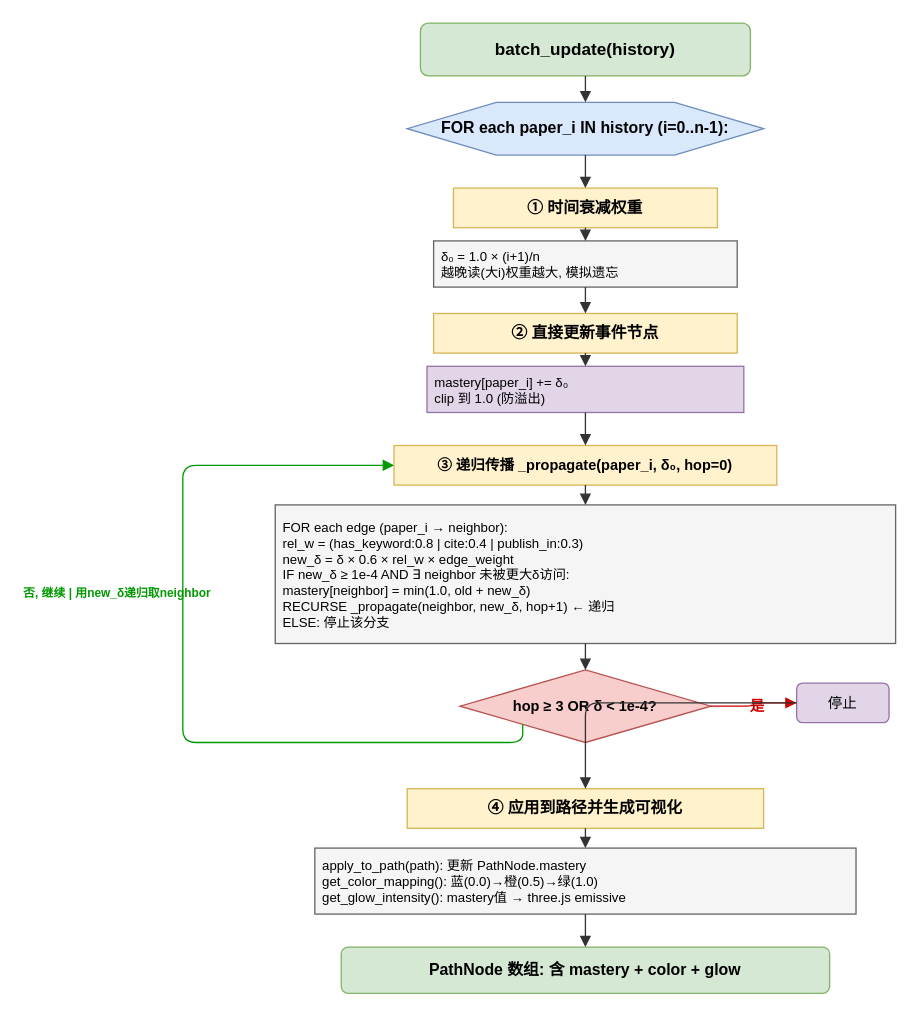
this1is1i/ACSR keeps this draw.io diagram as docs/draw/20-mastery-propagation-flow.drawio. Above is the earlier version. Source tidied: cells renumbered, new cells numbered last; positions are measured from the earlier drawing's top-left corner, leaving out a move shared by most shapes. Both pictures are drawn from the tidied source at 132%, with x=0, y=0 at pixel (57, 22).
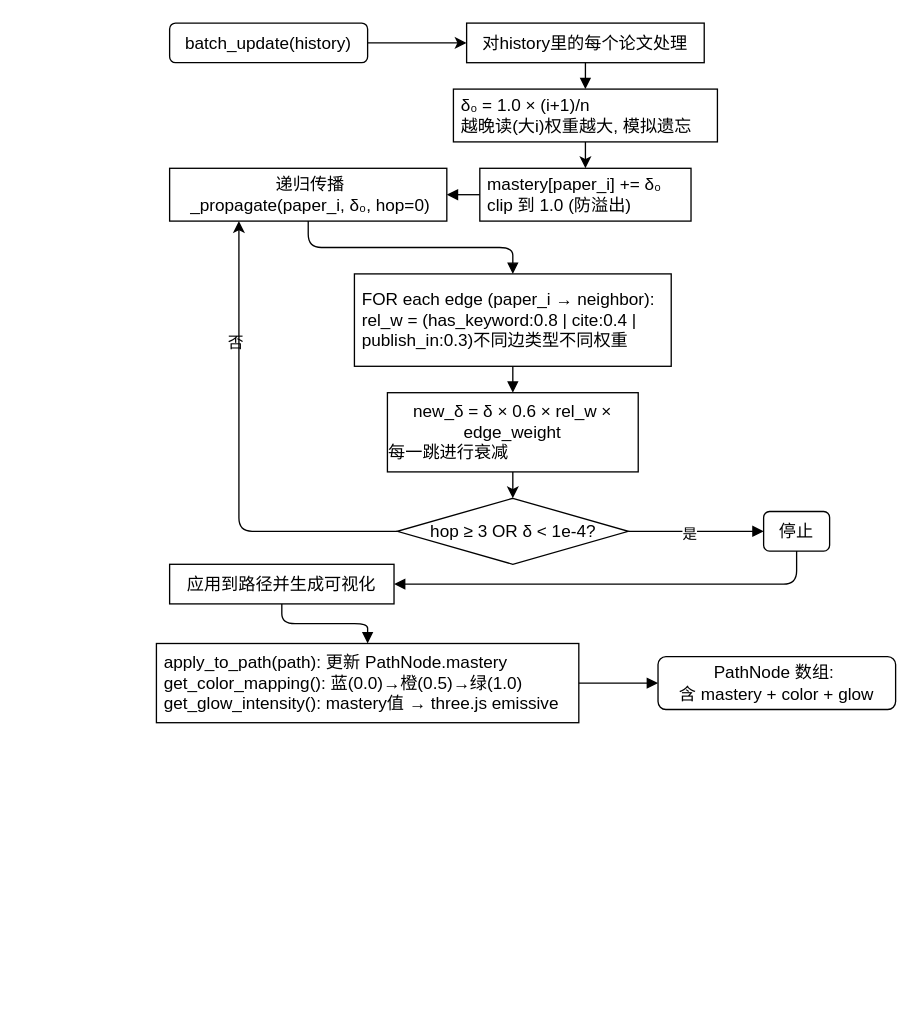
After the change.

Change to the diagram source:
```diff
@@
+    <mxCell id="30" style="edgeStyle=orthogonalEdgeStyle;rounded=0;jettySize=auto;html=1;exitX=1;exitY=0.5;exitDx=0;exitDy=0;" parent="1" edge="1" source="2" target="5">
+      <mxGeometry relative="1" as="geometry" />
+    </mxCell>
-    <mxCell id="2" value="batch_update(history)" style="rounded=1;whiteSpace=wrap;html=1;fillColor=#d5e8d4;strokeColor=#82b366;fontStyle=1;fontSize=13;" parent="1" vertex="1">
-      <mxGeometry x="275" width="250" height="40" as="geometry" />
+    <mxCell id="2" value="batch_update(history)" style="rounded=1;whiteSpace=wrap;html=1;fontStyle=0;fontSize=13;" parent="1" vertex="1">
+      <mxGeometry x="85" width="150" height="30" as="geometry" />
     </mxCell>
-    <mxCell id="3" value="FOR each paper_i IN history (i=0..n-1):" style="shape=hexagon;perimeter=hexagonPerimeter2;whiteSpace=wrap;html=1;fillColor=#dae8fc;strokeColor=#6c8ebf;fontStyle=1;fontSize=12;" parent="1" vertex="1">
-      <mxGeometry x="265" y="60" width="270" height="40" as="geometry" />
-    </mxCell>
-    <mxCell id="4" style="edgeStyle=orthogonalEdgeStyle;rounded=1;html=1;strokeColor=#333;endArrow=block;" parent="1" edge="1" source="2" target="3">
-      <mxGeometry relative="1" as="geometry" />
-    </mxCell>
-    <mxCell id="5" value="① 时间衰减权重" style="rounded=0;whiteSpace=wrap;html=1;fillColor=#fff2cc;strokeColor=#d6b656;fontStyle=1;fontSize=12;" parent="1" vertex="1">
-      <mxGeometry x="300" y="125" width="200" height="30" as="geometry" />
+    <mxCell id="5" value="对history里的每个论文处理" style="rounded=0;whiteSpace=wrap;html=1;fontStyle=0;fontSize=13;" parent="1" vertex="1">
+      <mxGeometry x="310" width="180" height="30" as="geometry" />
     </mxCell>
-    <mxCell id="6" style="edgeStyle=orthogonalEdgeStyle;rounded=1;html=1;strokeColor=#333;endArrow=block;" parent="1" edge="1" source="3" target="5">
-      <mxGeometry relative="1" as="geometry" />
-    </mxCell>
+    <mxCell id="31" style="edgeStyle=orthogonalEdgeStyle;rounded=0;jettySize=auto;html=1;exitX=0.5;exitY=1;exitDx=0;exitDy=0;entryX=0.5;entryY=0;entryDx=0;entryDy=0;fontSize=13;" parent="1" edge="1" source="7" target="11">
+      <mxGeometry relative="1" as="geometry" />
+    </mxCell>
-    <mxCell id="7" value="δ₀ = 1.0 × (i+1)/n&#10;越晚读(大i)权重越大, 模拟遗忘" style="rounded=0;whiteSpace=wrap;html=1;fillColor=#f5f5f5;strokeColor=#666;fontSize=10;align=left;spacingLeft=4;" parent="1" vertex="1">
-      <mxGeometry x="285" y="165" width="230" height="35" as="geometry" />
+    <mxCell id="7" value="δ₀ = 1.0 × (i+1)/n&#10;越晚读(大i)权重越大, 模拟遗忘" style="rounded=0;whiteSpace=wrap;html=1;fontSize=13;align=left;spacingLeft=4;fontStyle=0;" parent="1" vertex="1">
+      <mxGeometry x="300" y="50" width="200" height="40" as="geometry" />
     </mxCell>
-    <mxCell id="8" style="edgeStyle=orthogonalEdgeStyle;rounded=1;html=1;strokeColor=#333;endArrow=block;" parent="1" edge="1" source="5" target="7">
+    <mxCell id="8" style="edgeStyle=orthogonalEdgeStyle;rounded=1;html=1;endArrow=block;fontStyle=0;fontSize=13;" parent="1" edge="1" source="5" target="7">
       <mxGeometry relative="1" as="geometry" />
     </mxCell>
-    <mxCell id="9" value="② 直接更新事件节点" style="rounded=0;whiteSpace=wrap;html=1;fillColor=#fff2cc;strokeColor=#d6b656;fontStyle=1;fontSize=12;" parent="1" vertex="1">
-      <mxGeometry x="285" y="220" width="230" height="30" as="geometry" />
-    </mxCell>
-    <mxCell id="10" style="edgeStyle=orthogonalEdgeStyle;rounded=1;html=1;strokeColor=#333;endArrow=block;" parent="1" edge="1" source="7" target="9">
-      <mxGeometry relative="1" as="geometry" />
-    </mxCell>
-    <mxCell id="11" value="mastery[paper_i] += δ₀&#10;clip 到 1.0 (防溢出)" style="rounded=0;whiteSpace=wrap;html=1;fillColor=#e1d5e7;strokeColor=#9673a6;fontSize=10;align=left;spacingLeft=4;" parent="1" vertex="1">
-      <mxGeometry x="280" y="260" width="240" height="35" as="geometry" />
+    <mxCell id="11" value="mastery[paper_i] += δ₀&#10;clip 到 1.0 (防溢出)" style="rounded=0;whiteSpace=wrap;html=1;fontSize=13;align=left;spacingLeft=4;fontStyle=0;" parent="1" vertex="1">
+      <mxGeometry x="320" y="110" width="160" height="40" as="geometry" />
     </mxCell>
-    <mxCell id="12" style="edgeStyle=orthogonalEdgeStyle;rounded=1;html=1;strokeColor=#333;endArrow=block;" parent="1" edge="1" source="9" target="11">
-      <mxGeometry relative="1" as="geometry" />
-    </mxCell>
-    <mxCell id="13" value="③ 递归传播 _propagate(paper_i, δ₀, hop=0)" style="rounded=0;whiteSpace=wrap;html=1;fillColor=#fff2cc;strokeColor=#d6b656;fontStyle=1;fontSize=11;" parent="1" vertex="1">
-      <mxGeometry x="255" y="320" width="290" height="30" as="geometry" />
+    <mxCell id="13" value="&amp;nbsp;递归传播&lt;div&gt;&amp;nbsp;_propagate(paper_i, δ₀, hop=0)&lt;/div&gt;" style="rounded=0;whiteSpace=wrap;html=1;fontStyle=0;fontSize=13;" parent="1" vertex="1">
+      <mxGeometry x="85" y="110" width="210" height="40" as="geometry" />
     </mxCell>
-    <mxCell id="14" style="edgeStyle=orthogonalEdgeStyle;rounded=1;html=1;strokeColor=#333;endArrow=block;" parent="1" edge="1" source="11" target="13">
+    <mxCell id="14" style="edgeStyle=orthogonalEdgeStyle;rounded=1;html=1;endArrow=block;fontStyle=0;fontSize=13;" parent="1" edge="1" source="11" target="13">
       <mxGeometry relative="1" as="geometry" />
     </mxCell>
-    <mxCell id="15" value="FOR each edge (paper_i → neighbor):&#10;  rel_w = (has_keyword:0.8 | cite:0.4 | publish_in:0.3)&#10;  new_δ = δ × 0.6 × rel_w × edge_weight&#10;  IF new_δ ≥ 1e-4 AND ∃ neighbor 未被更大δ访问:&#10;    mastery[neighbor] = min(1.0, old + new_δ)&#10;    RECURSE _propagate(neighbor, new_δ, hop+1)  ← 递归&#10;  ELSE: 停止该分支" style="rounded=0;whiteSpace=wrap;html=1;fillColor=#f5f5f5;strokeColor=#666;fontSize=10;align=left;spacingLeft=4;" parent="1" vertex="1">
-      <mxGeometry x="165" y="365" width="470" height="105" as="geometry" />
+    <mxCell id="15" value="FOR each edge (paper_i → neighbor):&lt;br&gt;  rel_w = (has_keyword:0.8 | cite:0.4 | publish_in:0.3)不同边类型不同权重" style="rounded=0;whiteSpace=wrap;html=1;fontSize=13;align=left;spacingLeft=4;fontStyle=0;" parent="1" vertex="1">
+      <mxGeometry x="225" y="190" width="240" height="70" as="geometry" />
     </mxCell>
-    <mxCell id="16" style="edgeStyle=orthogonalEdgeStyle;rounded=1;html=1;strokeColor=#333;endArrow=block;" parent="1" edge="1" source="13" target="15">
+    <mxCell id="16" style="edgeStyle=orthogonalEdgeStyle;rounded=1;html=1;endArrow=block;fontStyle=0;fontSize=13;" parent="1" edge="1" source="13" target="15">
       <mxGeometry relative="1" as="geometry" />
     </mxCell>
+    <mxCell id="22" style="edgeStyle=orthogonalEdgeStyle;rounded=1;jettySize=auto;html=1;exitX=0;exitY=0.5;exitDx=0;exitDy=0;entryX=0.25;entryY=1;entryDx=0;entryDy=0;curved=0;" parent="1" edge="1" source="17" target="13">
+      <mxGeometry relative="1" as="geometry" />
+    </mxCell>
-    <mxCell id="17" value="hop ≥ 3 OR δ &lt; 1e-4?" style="rhombus;whiteSpace=wrap;html=1;fillColor=#f8cecc;strokeColor=#b85450;fontStyle=1;fontSize=11;" parent="1" vertex="1">
-      <mxGeometry x="305" y="490" width="190" height="55" as="geometry" />
+    <mxCell id="17" value="hop ≥ 3 OR δ &amp;lt; 1e-4?" style="rhombus;whiteSpace=wrap;html=1;fontStyle=0;fontSize=13;" parent="1" vertex="1">
+      <mxGeometry x="257.5" y="360" width="175" height="50" as="geometry" />
     </mxCell>
-    <mxCell id="18" style="edgeStyle=orthogonalEdgeStyle;rounded=1;html=1;strokeColor=#333;endArrow=block;" parent="1" edge="1" source="15" target="17">
+    <mxCell id="18" style="edgeStyle=orthogonalEdgeStyle;rounded=1;html=1;endArrow=block;fontStyle=0;fontSize=13;" parent="1" edge="1" source="15" target="34">
       <mxGeometry relative="1" as="geometry" />
     </mxCell>
-    <mxCell id="19" value="停止" style="rounded=1;whiteSpace=wrap;html=1;fillColor=#e1d5e7;strokeColor=#9673a6;fontSize=11;" parent="1" vertex="1">
-      <mxGeometry x="560" y="500" width="70" height="30" as="geometry" />
+    <mxCell id="19" value="停止" style="rounded=1;whiteSpace=wrap;html=1;fontSize=13;fontStyle=0;" parent="1" vertex="1">
+      <mxGeometry x="535" y="370" width="50" height="30" as="geometry" />
     </mxCell>
-    <mxCell id="20" style="edgeStyle=orthogonalEdgeStyle;rounded=1;html=1;strokeColor=#c00;endArrow=block;exitX=1;exitY=0.5;exitDx=0;exitDy=0;" parent="1" edge="1" source="17" target="19">
-      <mxGeometry relative="1" as="geometry" />
-    </mxCell>
-    <mxCell id="21" value="是" style="text;html=1;strokeColor=none;fillColor=none;align=center;fontSize=11;fontColor=#c00;fontStyle=1;" parent="1" vertex="1">
-      <mxGeometry x="515" y="505" width="30" height="20" as="geometry" />
-    </mxCell>
-    <mxCell id="22" style="edgeStyle=orthogonalEdgeStyle;rounded=1;html=1;strokeColor=#090;endArrow=block;exitX=0;exitY=1;exitDx=0;exitDy=0;entryX=0;entryY=0.5;entryDx=0;entryDy=0;" parent="1" edge="1" source="17" target="13">
-      <mxGeometry relative="1" as="geometry">
-        <Array as="points">
-          <mxPoint x="95" y="545" />
-          <mxPoint x="95" y="335" />
-        </Array>
-      </mxGeometry>
-    </mxCell>
-    <mxCell id="23" value="否, 继续 | 用new_δ递归取neighbor" style="text;html=1;strokeColor=none;fillColor=none;align=center;fontSize=9;fontColor=#090;fontStyle=1;" parent="1" vertex="1">
-      <mxGeometry y="420" width="90" height="30" as="geometry" />
-    </mxCell>
-    <mxCell id="24" value="④ 应用到路径并生成可视化" style="rounded=0;whiteSpace=wrap;html=1;fillColor=#fff2cc;strokeColor=#d6b656;fontStyle=1;fontSize=12;" parent="1" vertex="1">
-      <mxGeometry x="265" y="580" width="270" height="30" as="geometry" />
+    <mxCell id="24" value="应用到路径并生成可视化" style="rounded=0;whiteSpace=wrap;html=1;fontStyle=0;fontSize=13;" parent="1" vertex="1">
+      <mxGeometry x="85" y="410" width="170" height="30" as="geometry" />
     </mxCell>
-    <mxCell id="25" style="edgeStyle=orthogonalEdgeStyle;rounded=1;html=1;strokeColor=#333;endArrow=block;" parent="1" edge="1" source="19" target="24">
-      <mxGeometry relative="1" as="geometry" />
+    <mxCell id="25" style="edgeStyle=orthogonalEdgeStyle;rounded=1;html=1;endArrow=block;fontStyle=0;fontSize=13;entryX=1;entryY=0.5;entryDx=0;entryDy=0;" parent="1" edge="1" source="19" target="24">
+      <mxGeometry relative="1" as="geometry">
+        <Array as="points">
+          <mxPoint x="560" y="425" />
+        </Array>
+      </mxGeometry>
     </mxCell>
-    <mxCell id="26" value="apply_to_path(path): 更新 PathNode.mastery&#10;get_color_mapping(): 蓝(0.0)→橙(0.5)→绿(1.0)&#10;get_glow_intensity(): mastery值 → three.js emissive" style="rounded=0;whiteSpace=wrap;html=1;fillColor=#f5f5f5;strokeColor=#666;fontSize=10;align=left;spacingLeft=4;" parent="1" vertex="1">
-      <mxGeometry x="195" y="625" width="410" height="50" as="geometry" />
+    <mxCell id="26" value="apply_to_path(path): 更新 PathNode.mastery&#10;get_color_mapping(): 蓝(0.0)→橙(0.5)→绿(1.0)&#10;get_glow_intensity(): mastery值 → three.js emissive" style="rounded=0;whiteSpace=wrap;html=1;fontSize=13;align=left;spacingLeft=4;fontStyle=0;" parent="1" vertex="1">
+      <mxGeometry x="75" y="470" width="320" height="60" as="geometry" />
     </mxCell>
-    <mxCell id="27" style="edgeStyle=orthogonalEdgeStyle;rounded=1;html=1;strokeColor=#333;endArrow=block;" parent="1" edge="1" source="24" target="26">
+    <mxCell id="27" style="edgeStyle=orthogonalEdgeStyle;rounded=1;html=1;endArrow=block;fontStyle=0;fontSize=13;" parent="1" edge="1" source="24" target="26">
       <mxGeometry relative="1" as="geometry" />
     </mxCell>
-    <mxCell id="28" value="PathNode 数组: 含 mastery + color + glow" style="rounded=1;whiteSpace=wrap;html=1;fillColor=#d5e8d4;strokeColor=#82b366;fontStyle=1;fontSize=12;" parent="1" vertex="1">
-      <mxGeometry x="215" y="700" width="370" height="35" as="geometry" />
+    <mxCell id="28" value="PathNode 数组:&amp;nbsp;&lt;div&gt;含 mastery + color + glow&lt;/div&gt;" style="rounded=1;whiteSpace=wrap;html=1;fontStyle=0;fontSize=13;" parent="1" vertex="1">
+      <mxGeometry x="455" y="480" width="180" height="40" as="geometry" />
     </mxCell>
-    <mxCell id="29" style="edgeStyle=orthogonalEdgeStyle;rounded=1;html=1;strokeColor=#333;endArrow=block;" parent="1" edge="1" source="26" target="28">
+    <mxCell id="29" style="edgeStyle=orthogonalEdgeStyle;rounded=1;html=1;endArrow=block;fontStyle=0;fontSize=13;" parent="1" edge="1" source="26" target="28">
       <mxGeometry relative="1" as="geometry" />
     </mxCell>
+    <mxCell id="20" style="edgeStyle=orthogonalEdgeStyle;rounded=1;html=1;endArrow=block;exitX=1;exitY=0.5;exitDx=0;exitDy=0;fontStyle=0;fontSize=13;" parent="1" edge="1" source="17" target="19">
+      <mxGeometry relative="1" as="geometry" />
+    </mxCell>
+    <mxCell id="21" value="是" style="edgeLabel;html=1;align=center;verticalAlign=middle;" parent="20" vertex="1">
+      <mxGeometry x="-0.11" y="-1" relative="1" as="geometry" />
+    </mxCell>
+    <mxCell id="32" value="否" style="text;html=1;align=center;verticalAlign=middle;strokeColor=none;fillColor=none;" parent="1" vertex="1">
+      <mxGeometry x="115" y="228" width="40" height="30" as="geometry" />
+    </mxCell>
+    <mxCell id="33" style="edgeStyle=orthogonalEdgeStyle;rounded=0;jettySize=auto;html=1;exitX=0.5;exitY=1;exitDx=0;exitDy=0;entryX=0.5;entryY=0;entryDx=0;entryDy=0;" parent="1" edge="1" source="34" target="17">
+      <mxGeometry relative="1" as="geometry" />
+    </mxCell>
+    <mxCell id="34" value="&lt;span style=&quot;font-size: 13px; text-align: left;&quot;&gt;new_δ = δ × 0.6 × rel_w × edge_weight&lt;/span&gt;&lt;div style=&quot;font-size: 13px; text-align: left;&quot;&gt;每一跳进行衰减&lt;/div&gt;" style="rounded=0;whiteSpace=wrap;html=1;" parent="1" vertex="1">
+      <mxGeometry x="250" y="280" width="190" height="60" as="geometry" />
+    </mxCell>
```
